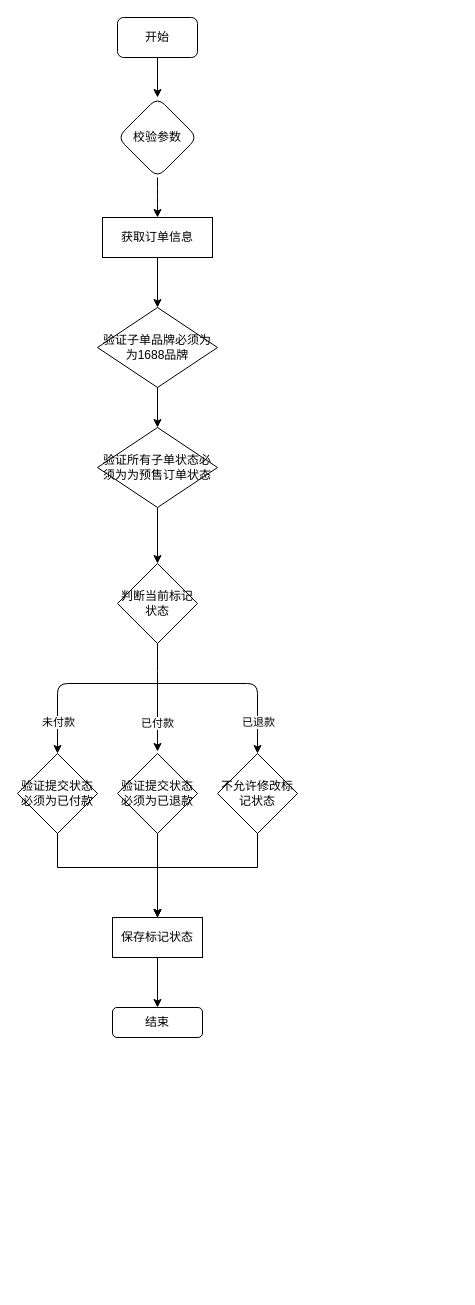
15219150444/my_self keeps this draw.io diagram as 修改标记状态.drawio. Above is the earlier version. Source tidied: cells renumbered, new cells numbered last; positions are measured from the earlier drawing's top-left corner, leaving out a move shared by most shapes. Both pictures are drawn from the tidied source at 100%, with x=0, y=0 at pixel (17, 17).
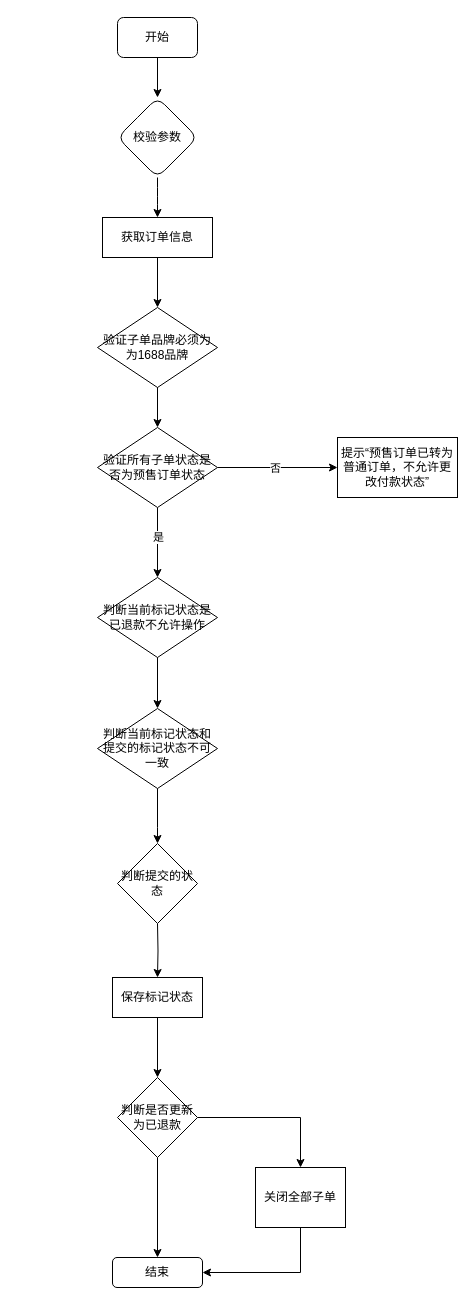
After the change.

Commit message:
更新修改标记状态.drawio

Diff of the diagram source:
```diff
@@
-    <mxCell id="6" style="endArrow=classic;html=1;rounded=1;entryX=0.5;entryY=0;entryDx=0;entryDy=0;" parent="1" edge="1" target="17">
-      <mxGeometry relative="1" as="geometry">
-        <mxPoint x="140" y="666" as="sourcePoint" />
-        <Array as="points">
-          <mxPoint x="240" y="666" />
-        </Array>
-      </mxGeometry>
-    </mxCell>
-    <mxCell id="7" value="已退款" style="edgeLabel;html=1;align=center;verticalAlign=middle;" parent="6" vertex="1">
-      <mxGeometry x="0.4" y="2" relative="1" as="geometry">
-        <mxPoint x="-2" y="19" as="offset" />
-      </mxGeometry>
-    </mxCell>
-    <mxCell id="8" style="endArrow=classic;html=1;rounded=1;entryX=0.5;entryY=0;entryDx=0;entryDy=0;" parent="1" edge="1" target="12">
-      <mxGeometry relative="1" as="geometry">
-        <mxPoint x="140" y="666" as="sourcePoint" />
-        <Array as="points">
-          <mxPoint x="40" y="666" />
-        </Array>
-      </mxGeometry>
-    </mxCell>
-    <mxCell id="9" value="未付款" style="edgeLabel;html=1;align=center;verticalAlign=middle;" parent="8" vertex="1">
-      <mxGeometry x="0.4" relative="1" as="geometry">
-        <mxPoint y="19" as="offset" />
-      </mxGeometry>
-    </mxCell>
@@
-    <mxCell id="11" value="判断当前标记状态" style="rhombus;whiteSpace=wrap;html=1;direction=south;" parent="1" vertex="1">
-      <mxGeometry x="100" y="546" width="80" height="80" as="geometry" />
+    <mxCell id="11" value="判断当前标记状态和提交的标记状态不可一致" style="rhombus;whiteSpace=wrap;html=1;direction=south;" parent="1" vertex="1">
+      <mxGeometry x="80" y="691" width="120" height="80" as="geometry" />
     </mxCell>
-    <mxCell id="12" value="验证提交状态必须为已付款" style="rhombus;whiteSpace=wrap;html=1;rounded=0;" parent="1" vertex="1">
-      <mxGeometry y="736" width="80" height="80" as="geometry" />
-    </mxCell>
-    <mxCell id="13" style="edgeStyle=orthogonalEdgeStyle;rounded=0;jettySize=auto;html=1;" parent="1" edge="1" source="16" target="18">
-      <mxGeometry relative="1" as="geometry" />
+    <mxCell id="13" style="edgeStyle=orthogonalEdgeStyle;rounded=0;jettySize=auto;html=1;" parent="1" edge="1" target="18">
+      <mxGeometry relative="1" as="geometry">
+        <mxPoint x="140" y="906" as="sourcePoint" />
+      </mxGeometry>
     </mxCell>
     <mxCell id="14" style="edgeStyle=orthogonalEdgeStyle;rounded=0;jettySize=auto;html=1;exitX=1;exitY=0.5;exitDx=0;exitDy=0;" parent="1" edge="1" source="11">
       <mxGeometry relative="1" as="geometry">
-        <mxPoint x="140" y="734" as="targetPoint" />
+        <mxPoint x="140" y="826" as="targetPoint" />
         <Array as="points">
-          <mxPoint x="140" y="654" />
-          <mxPoint x="140" y="654" />
+          <mxPoint x="140" y="810" />
+          <mxPoint x="140" y="810" />
         </Array>
       </mxGeometry>
     </mxCell>
-    <mxCell id="15" value="已付款" style="edgeLabel;html=1;align=center;verticalAlign=middle;" parent="14" vertex="1">
-      <mxGeometry x="0.46" y="-1" relative="1" as="geometry" />
-    </mxCell>
-    <mxCell id="16" value="验证提交状态必须为已退款" style="rhombus;whiteSpace=wrap;html=1;rounded=0;" parent="1" vertex="1">
-      <mxGeometry x="100" y="736" width="80" height="80" as="geometry" />
-    </mxCell>
-    <mxCell id="17" value="不允许修改标记状态" style="rhombus;whiteSpace=wrap;html=1;rounded=0;" parent="1" vertex="1">
-      <mxGeometry x="200" y="736" width="80" height="80" as="geometry" />
-    </mxCell>
     <mxCell id="18" value="保存标记状态" style="whiteSpace=wrap;html=1;rounded=0;" parent="1" vertex="1">
-      <mxGeometry x="95" y="900" width="90" height="40" as="geometry" />
+      <mxGeometry x="95" y="960" width="90" height="40" as="geometry" />
     </mxCell>
-    <mxCell id="19" style="edgeStyle=orthogonalEdgeStyle;rounded=0;jettySize=auto;html=1;" parent="1" edge="1" source="20" target="11">
-      <mxGeometry relative="1" as="geometry" />
+    <mxCell id="19" style="edgeStyle=orthogonalEdgeStyle;rounded=0;jettySize=auto;html=1;" parent="1" edge="1" source="20">
+      <mxGeometry relative="1" as="geometry">
+        <mxPoint x="140" y="560" as="targetPoint" />
+      </mxGeometry>
     </mxCell>
+    <mxCell id="29" value="是" style="edgeLabel;html=1;align=center;verticalAlign=middle;" parent="19" vertex="1">
+      <mxGeometry x="-0.18" relative="1" as="geometry" />
+    </mxCell>
+    <mxCell id="30" style="edgeStyle=orthogonalEdgeStyle;rounded=0;jettySize=auto;html=1;" parent="1" edge="1" source="20" target="33">
+      <mxGeometry relative="1" as="geometry" />
+    </mxCell>
+    <mxCell id="31" value="否" style="edgeLabel;html=1;align=center;verticalAlign=middle;" parent="30" vertex="1">
+      <mxGeometry x="-0.05" relative="1" as="geometry" />
+    </mxCell>
-    <mxCell id="20" value="验证所有子单状态必须为为预售订单状态" style="rhombus;whiteSpace=wrap;html=1;" parent="1" vertex="1">
+    <mxCell id="20" value="验证所有子单状态是否为预售订单状态" style="rhombus;whiteSpace=wrap;html=1;" parent="1" vertex="1">
       <mxGeometry x="80" y="410" width="120" height="80" as="geometry" />
     </mxCell>
@@
-    <mxCell id="23" style="endArrow=classic;html=1;rounded=0;exitX=0.5;exitY=1;exitDx=0;exitDy=0;" parent="1" edge="1" source="12">
-      <mxGeometry relative="1" as="geometry">
-        <mxPoint x="140" y="900" as="targetPoint" />
-        <Array as="points">
-          <mxPoint x="40" y="850" />
-          <mxPoint x="140" y="850" />
-        </Array>
-      </mxGeometry>
-    </mxCell>
-    <mxCell id="24" style="endArrow=classic;html=1;rounded=0;exitX=0.5;exitY=1;exitDx=0;exitDy=0;" parent="1" edge="1" source="17">
-      <mxGeometry relative="1" as="geometry">
-        <mxPoint x="140" y="900" as="targetPoint" />
-        <Array as="points">
-          <mxPoint x="240" y="850" />
-          <mxPoint x="140" y="850" />
-        </Array>
-      </mxGeometry>
-    </mxCell>
-    <mxCell id="25" style="endArrow=classic;html=1;rounded=0;exitX=0.5;exitY=1;exitDx=0;exitDy=0;" parent="1" edge="1" source="28">
-      <mxGeometry relative="1" as="geometry">
-        <mxPoint x="140" y="1020" as="targetPoint" />
-      </mxGeometry>
-    </mxCell>
@@
-    <mxCell id="27" style="endArrow=classic;html=1;rounded=0;exitX=0.5;exitY=1;exitDx=0;exitDy=0;" parent="1" edge="1" source="18" target="28">
+    <mxCell id="27" style="endArrow=classic;html=1;rounded=0;exitX=0.5;exitY=1;exitDx=0;exitDy=0;" parent="1" edge="1" source="38" target="28">
       <mxGeometry relative="1" as="geometry" />
     </mxCell>
     <mxCell id="28" value="结束" style="rounded=1;whiteSpace=wrap;html=1;" parent="1" vertex="1">
-      <mxGeometry x="95" y="990" width="90" height="30" as="geometry" />
+      <mxGeometry x="95" y="1240" width="90" height="30" as="geometry" />
     </mxCell>
+    <mxCell id="32" value="判断提交的状态" style="rhombus;whiteSpace=wrap;html=1;" parent="1" vertex="1">
+      <mxGeometry x="100" y="826" width="80" height="80" as="geometry" />
+    </mxCell>
+    <mxCell id="33" value="提示“预售订单已转为普通订单，不允许更改付款状态”" style="whiteSpace=wrap;html=1;" parent="1" vertex="1">
+      <mxGeometry x="320" y="420" width="120" height="60" as="geometry" />
+    </mxCell>
+    <mxCell id="34" style="endArrow=classic;html=1;rounded=0;exitX=1;exitY=0.5;exitDx=0;exitDy=0;entryX=0.5;entryY=0;entryDx=0;entryDy=0;" parent="1" edge="1" source="38" target="35">
+      <mxGeometry relative="1" as="geometry">
+        <Array as="points">
+          <mxPoint x="180" y="1100" />
+          <mxPoint x="283" y="1100" />
+        </Array>
+      </mxGeometry>
+    </mxCell>
+    <mxCell id="35" value="关闭全部子单" style="rounded=0;whiteSpace=wrap;html=1;" parent="1" vertex="1">
+      <mxGeometry x="238" y="1150" width="90" height="60" as="geometry" />
+    </mxCell>
+    <mxCell id="36" value="判断当前标记状态是已退款不允许操作" style="rhombus;whiteSpace=wrap;html=1;direction=south;" parent="1" vertex="1">
+      <mxGeometry x="80" y="560" width="120" height="80" as="geometry" />
+    </mxCell>
+    <mxCell id="37" style="edgeStyle=orthogonalEdgeStyle;rounded=0;jettySize=auto;html=1;exitX=1;exitY=0.5;exitDx=0;exitDy=0;entryX=0;entryY=0.5;entryDx=0;entryDy=0;" parent="1" edge="1" source="36" target="11">
+      <mxGeometry relative="1" as="geometry" />
+    </mxCell>
+    <mxCell id="38" value="判断是否更新为已退款" style="rhombus;whiteSpace=wrap;html=1;" parent="1" vertex="1">
+      <mxGeometry x="100" y="1060" width="80" height="80" as="geometry" />
+    </mxCell>
+    <mxCell id="39" style="endArrow=classic;html=1;rounded=0;exitX=0.5;exitY=1;exitDx=0;exitDy=0;" parent="1" edge="1" source="18">
+      <mxGeometry relative="1" as="geometry">
+        <mxPoint x="140" y="1060" as="targetPoint" />
+      </mxGeometry>
+    </mxCell>
+    <mxCell id="40" style="endArrow=classic;html=1;rounded=0;exitX=0.5;exitY=1;exitDx=0;exitDy=0;entryX=1;entryY=0.5;entryDx=0;entryDy=0;" parent="1" edge="1" source="35" target="28">
+      <mxGeometry relative="1" as="geometry">
+        <Array as="points">
+          <mxPoint x="283" y="1255" />
+        </Array>
+      </mxGeometry>
+    </mxCell>
```
